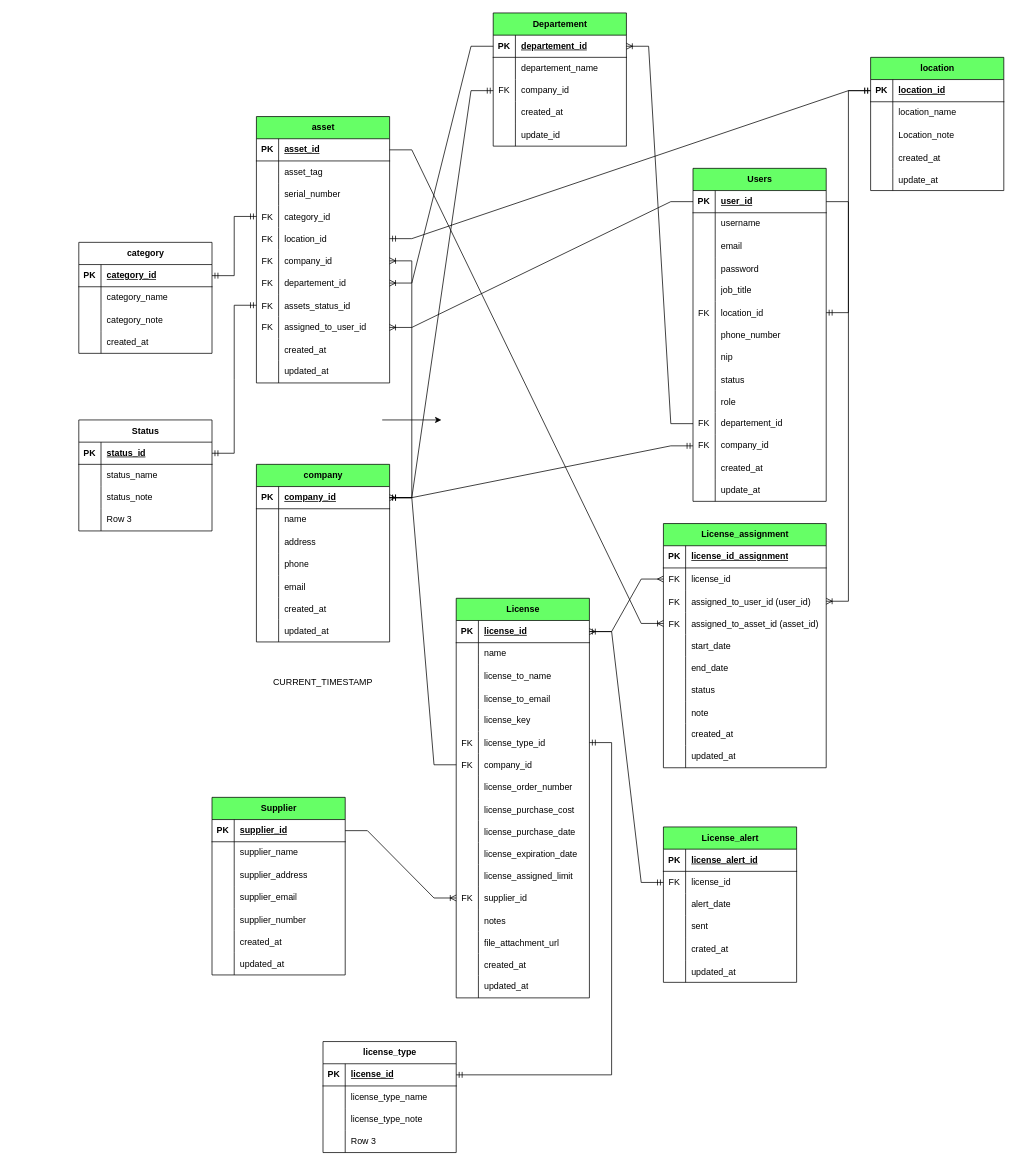
ukisatriana/Flow-serv keeps this draw.io diagram as pooling.drawio. Above is the earlier version. Source tidied: cells renumbered, new cells numbered last; positions are measured from the earlier drawing's top-left corner, leaving out a move shared by most shapes. Both pictures are drawn from the tidied source at 74%, with x=0, y=0 at pixel (78, 13).
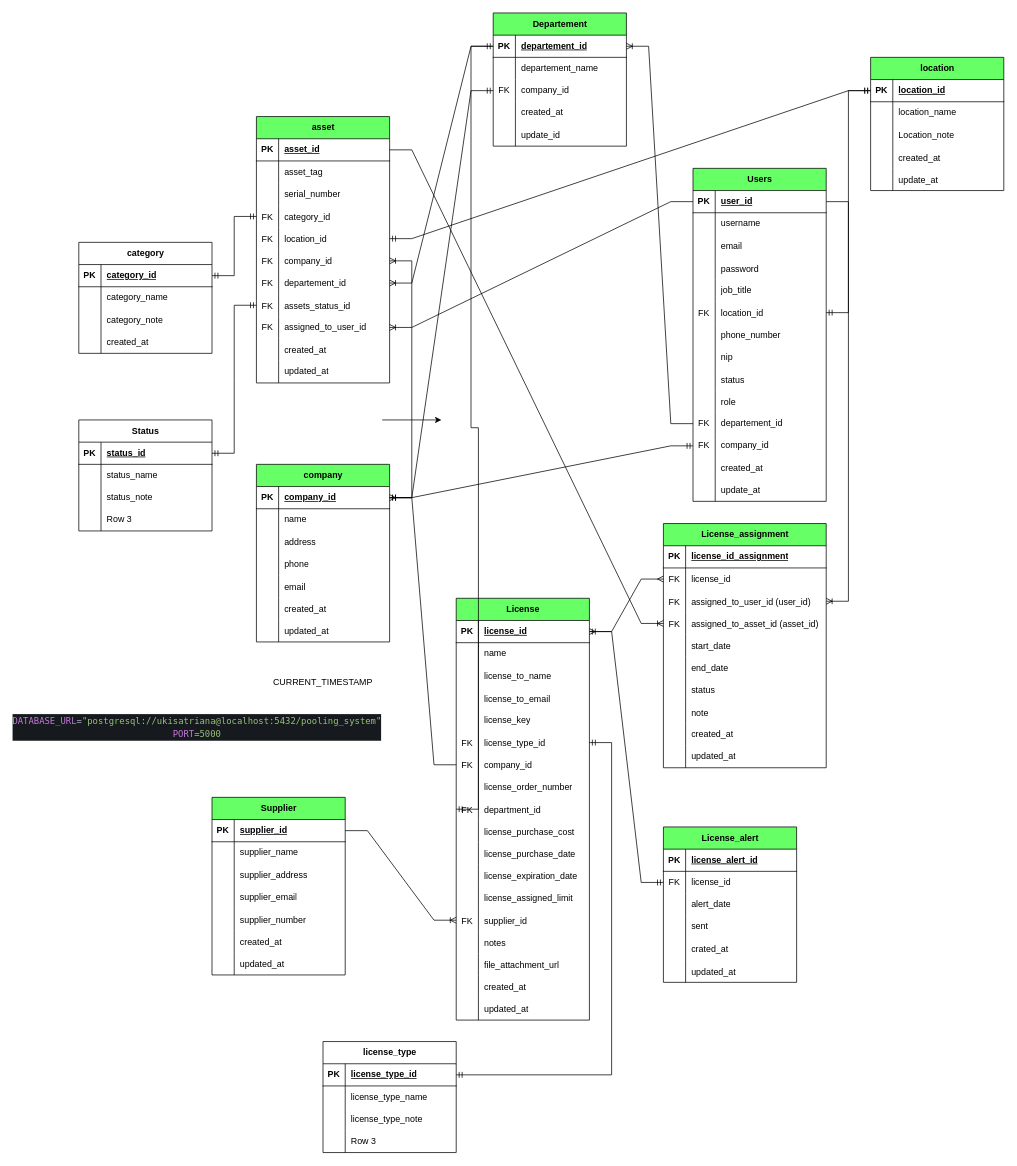
The same diagram, later.

The change refers to these unchanged cells:
```xml
<mxCell id="46" style="shape=tableRow;horizontal=0;startSize=0;swimlaneHead=0;swimlaneBody=0;fillColor=none;points=[[0,0.5],[1,0.5]];portConstraint=eastwest;top=0;left=0;right=0;bottom=1;" parent="45" vertex="1">
  <mxGeometry y="30" width="180" height="30" as="geometry" />
</mxCell>
<mxCell id="302" style="shape=tableRow;horizontal=0;startSize=0;swimlaneHead=0;swimlaneBody=0;fillColor=none;points=[[0,0.5],[1,0.5]];portConstraint=eastwest;top=0;left=0;right=0;bottom=1;" parent="301" vertex="1">
  <mxGeometry y="30" width="180" height="30" as="geometry" />
</mxCell>
```

What changed in the source:
```diff
@@
     <mxCell id="117" value="License" style="shape=table;startSize=30;childLayout=tableLayout;rowLines=0;fontStyle=1;align=center;html=1;fillColor=#66FF66;" parent="1" vertex="1">
-      <mxGeometry x="510" y="791" width="180" height="540" as="geometry" />
+      <mxGeometry x="510" y="791" width="180" height="570" as="geometry" />
     </mxCell>
@@
+    <mxCell id="315" style="shape=tableRow;horizontal=0;startSize=0;swimlaneHead=0;swimlaneBody=0;fillColor=none;points=[[0,0.5],[1,0.5]];portConstraint=eastwest;top=0;left=0;right=0;bottom=0;" parent="117" vertex="1">
+      <mxGeometry y="270" width="180" height="30" as="geometry" />
+    </mxCell>
+    <mxCell id="316" value="FK" style="shape=partialRectangle;fillColor=none;top=0;left=0;bottom=0;right=0;overflow=hidden;" parent="315" vertex="1">
+      <mxGeometry width="30" height="30" as="geometry" />
+    </mxCell>
+    <mxCell id="317" value="department_id" style="shape=partialRectangle;fillColor=none;top=0;left=0;bottom=0;right=0;align=left;spacingLeft=6;overflow=hidden;" parent="315" vertex="1">
+      <mxGeometry x="30" width="150" height="30" as="geometry" />
+    </mxCell>
     <mxCell id="142" style="shape=tableRow;horizontal=0;startSize=0;swimlaneHead=0;swimlaneBody=0;fillColor=none;top=0;left=0;right=0;bottom=0;" parent="117" vertex="1">
-      <mxGeometry y="270" width="180" height="30" as="geometry" />
+      <mxGeometry y="300" width="180" height="30" as="geometry" />
     </mxCell>
@@
     <mxCell id="145" style="shape=tableRow;horizontal=0;startSize=0;swimlaneHead=0;swimlaneBody=0;fillColor=none;top=0;left=0;right=0;bottom=0;" parent="117" vertex="1">
-      <mxGeometry y="300" width="180" height="30" as="geometry" />
+      <mxGeometry y="330" width="180" height="30" as="geometry" />
     </mxCell>
@@
     <mxCell id="148" style="shape=tableRow;horizontal=0;startSize=0;swimlaneHead=0;swimlaneBody=0;fillColor=none;top=0;left=0;right=0;bottom=0;" parent="117" vertex="1">
-      <mxGeometry y="330" width="180" height="30" as="geometry" />
+      <mxGeometry y="360" width="180" height="30" as="geometry" />
     </mxCell>
@@
     <mxCell id="151" style="shape=tableRow;horizontal=0;startSize=0;swimlaneHead=0;swimlaneBody=0;fillColor=none;top=0;left=0;right=0;bottom=0;" parent="117" vertex="1">
-      <mxGeometry y="360" width="180" height="30" as="geometry" />
+      <mxGeometry y="390" width="180" height="30" as="geometry" />
     </mxCell>
@@
     <mxCell id="154" style="shape=tableRow;horizontal=0;startSize=0;swimlaneHead=0;swimlaneBody=0;fillColor=none;points=[[0,0.5],[1,0.5]];portConstraint=eastwest;top=0;left=0;right=0;bottom=0;" parent="117" vertex="1">
-      <mxGeometry y="390" width="180" height="30" as="geometry" />
+      <mxGeometry y="420" width="180" height="30" as="geometry" />
     </mxCell>
@@
     <mxCell id="157" style="shape=tableRow;horizontal=0;startSize=0;swimlaneHead=0;swimlaneBody=0;fillColor=none;top=0;left=0;right=0;bottom=0;" parent="117" vertex="1">
-      <mxGeometry y="420" width="180" height="30" as="geometry" />
+      <mxGeometry y="450" width="180" height="30" as="geometry" />
     </mxCell>
@@
     <mxCell id="160" style="shape=tableRow;horizontal=0;startSize=0;swimlaneHead=0;swimlaneBody=0;fillColor=none;top=0;left=0;right=0;bottom=0;" parent="117" vertex="1">
-      <mxGeometry y="450" width="180" height="30" as="geometry" />
+      <mxGeometry y="480" width="180" height="30" as="geometry" />
     </mxCell>
@@
     <mxCell id="163" style="shape=tableRow;horizontal=0;startSize=0;swimlaneHead=0;swimlaneBody=0;fillColor=none;top=0;left=0;right=0;bottom=0;" parent="117" vertex="1">
-      <mxGeometry y="480" width="180" height="30" as="geometry" />
+      <mxGeometry y="510" width="180" height="30" as="geometry" />
     </mxCell>
@@
     <mxCell id="166" style="shape=tableRow;horizontal=0;startSize=0;swimlaneHead=0;swimlaneBody=0;fillColor=none;top=0;left=0;right=0;bottom=0;" parent="117" vertex="1">
-      <mxGeometry y="510" width="180" height="30" as="geometry" />
+      <mxGeometry y="540" width="180" height="30" as="geometry" />
     </mxCell>
@@
-    <mxCell id="304" value="license_id" style="shape=partialRectangle;fillColor=none;top=0;left=0;bottom=0;right=0;align=left;spacingLeft=6;fontStyle=5;overflow=hidden;whiteSpace=wrap;html=1;" parent="302" vertex="1">
+    <mxCell id="304" value="license_type_id" style="shape=partialRectangle;fillColor=none;top=0;left=0;bottom=0;right=0;align=left;spacingLeft=6;fontStyle=5;overflow=hidden;whiteSpace=wrap;html=1;" parent="302" vertex="1">
       <mxGeometry x="30" width="150" height="30" as="geometry" />
     </mxCell>
@@
+    <mxCell id="318" style="edgeStyle=entityRelationEdgeStyle;fontSize=12;html=1;endArrow=ERmandOne;startArrow=ERmandOne;rounded=0;exitX=0;exitY=0.5;exitDx=0;exitDy=0;" parent="1" edge="1" source="315" target="46">
+      <mxGeometry relative="1" as="geometry">
+        <Array as="points">
+          <mxPoint x="440" y="890" />
+        </Array>
+      </mxGeometry>
+    </mxCell>
+    <mxCell id="319" value="&lt;div style=&quot;color: rgb(171, 178, 191); background-color: rgb(22, 25, 29); font-family: Menlo, Monaco, &amp;quot;Courier New&amp;quot;, monospace; line-height: 18px; white-space: pre;&quot;&gt;&lt;div&gt;&lt;span style=&quot;color: #c678dd;&quot;&gt;DATABASE_URL&lt;/span&gt;=&lt;span style=&quot;color: #98c379;&quot;&gt;&quot;postgresql://ukisatriana@localhost:5432/pooling_system&quot;&lt;/span&gt;&lt;/div&gt;&lt;div&gt;&lt;span style=&quot;color: #c678dd;&quot;&gt;PORT&lt;/span&gt;=&lt;span style=&quot;color: #98c379;&quot;&gt;5000&lt;/span&gt;&lt;/div&gt;&lt;/div&gt;" style="text;html=1;align=center;verticalAlign=middle;whiteSpace=wrap;rounded=0;" parent="1" vertex="1">
+      <mxGeometry x="130" y="950" width="60" height="30" as="geometry" />
+    </mxCell>
```
